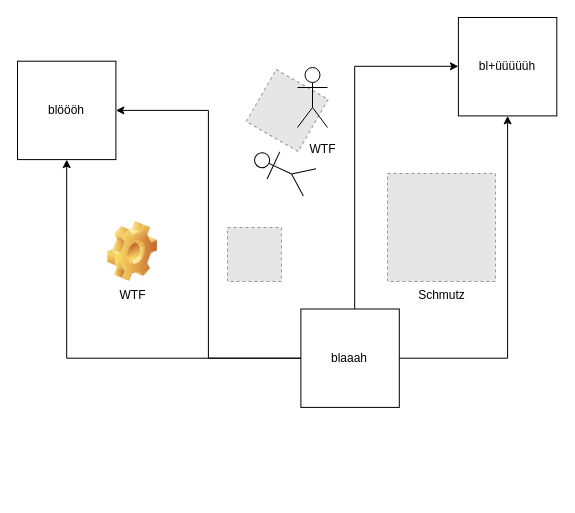
Earlier version of the draw.io diagram schmutz.drawio (ischisan/drawings). Source tidied: cells renumbered, new cells numbered last; positions are measured from the earlier drawing's top-left corner, leaving out a move shared by most shapes. Both pictures are drawn from the tidied source at 100%, with x=0, y=0 at pixel (17, 17). Pictures stored in the file or linked from it are replaced by grey dashed boxes.
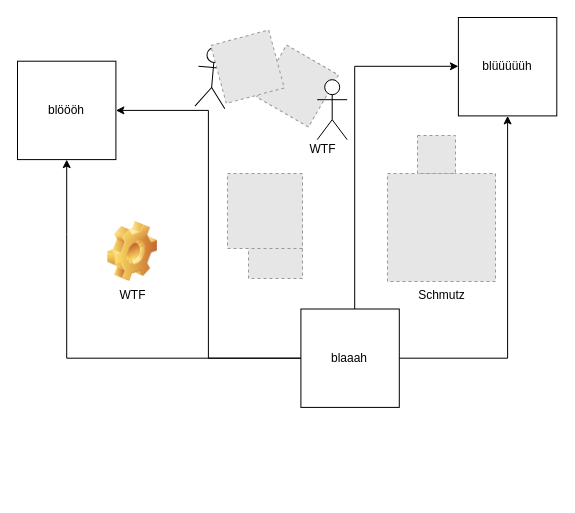
The same diagram, later.

The change refers to these unchanged cells:
```xml
<mxCell id="2" style="group;" parent="1" vertex="1">
  <mxGeometry width="539.4" height="478" as="geometry" />
</mxCell>
```

What changed in the source:
```diff
@@
-    <mxCell id="7" value="bl+üüüüüh" style="whiteSpace=wrap;html=1;" parent="2" vertex="1">
+    <mxCell id="7" value="blüüüüüh" style="whiteSpace=wrap;html=1;" parent="2" vertex="1">
       <mxGeometry x="440.9" width="98.4" height="98.4" as="geometry" />
     </mxCell>
@@
-    <mxCell id="13" style="fillColor=#E6E6E6;strokeColor=#999999;dashed=1;html=1;verticalAlign=top;verticalLabelPosition=bottom;labelBackgroundColor=#ffffff;rotation=30;" parent="2" vertex="1">
-      <mxGeometry x="239.7" y="63" width="60" height="60" as="geometry" />
+    <mxCell id="13" style="fillColor=#E6E6E6;strokeColor=#999999;dashed=1;html=1;verticalAlign=top;verticalLabelPosition=bottom;labelBackgroundColor=#ffffff;rotation=120;" parent="2" vertex="1">
+      <mxGeometry x="250" y="38.5" width="60" height="60" as="geometry" />
     </mxCell>
-    <mxCell id="14" style="shape=umlActor;verticalLabelPosition=bottom;verticalAlign=top;html=1;rotation=-65;" parent="2" vertex="1">
-      <mxGeometry x="250" y="122.2" width="30" height="60" as="geometry" />
+    <mxCell id="14" style="shape=umlActor;verticalLabelPosition=bottom;verticalAlign=top;html=1;rotation=5;" parent="2" vertex="1">
+      <mxGeometry x="180" y="30" width="30" height="60" as="geometry" />
     </mxCell>
     <mxCell id="15" style="shape=umlActor;verticalLabelPosition=bottom;verticalAlign=top;html=1;" parent="2" vertex="1">
-      <mxGeometry x="280" y="50" width="30" height="60" as="geometry" />
+      <mxGeometry x="299.7" y="62.2" width="30" height="60" as="geometry" />
     </mxCell>
     <mxCell id="16" style="fillColor=#E6E6E6;strokeColor=#999999;dashed=1;html=1;verticalAlign=top;verticalLabelPosition=bottom;labelBackgroundColor=#ffffff;" parent="2" vertex="1">
-      <mxGeometry x="210" y="210" width="54" height="54" as="geometry" />
+      <mxGeometry x="231" y="207" width="54" height="54" as="geometry" />
     </mxCell>
+    <mxCell id="17" style="fillColor=#E6E6E6;strokeColor=#999999;dashed=1;html=1;verticalAlign=top;verticalLabelPosition=bottom;labelBackgroundColor=#ffffff;rotation=-105;" parent="2" vertex="1">
+      <mxGeometry x="200" y="19.2" width="60" height="60" as="geometry" />
+    </mxCell>
+    <mxCell id="18" style="fillColor=#E6E6E6;strokeColor=#999999;dashed=1;html=1;verticalAlign=top;verticalLabelPosition=bottom;labelBackgroundColor=#ffffff;" parent="2" vertex="1">
+      <mxGeometry x="210" y="156" width="75" height="75" as="geometry" />
+    </mxCell>
+    <mxCell id="19" style="fillColor=#E6E6E6;strokeColor=#999999;dashed=1;html=1;verticalAlign=top;verticalLabelPosition=bottom;labelBackgroundColor=#ffffff;" parent="2" vertex="1">
+      <mxGeometry x="400" y="118" width="38" height="38" as="geometry" />
+    </mxCell>
```
